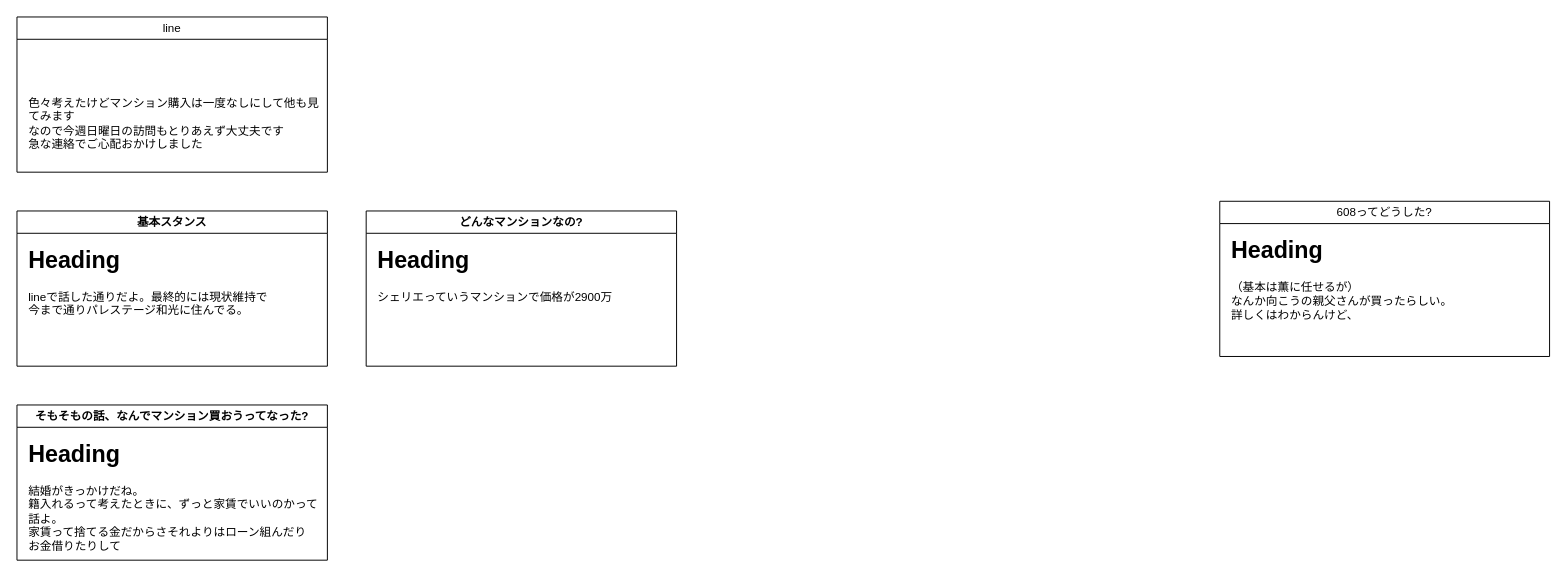
minegishirei/psy keeps this draw.io diagram as page "0503" (1 of 4) of draw.io/psy_case.drawio. Above is the earlier version. Source tidied: cells renumbered, new cells numbered last; positions are measured from the earlier drawing's top-left corner, leaving out a move shared by most shapes. Both pictures are drawn from the tidied source at 97%, with x=0, y=0 at pixel (16, 16).
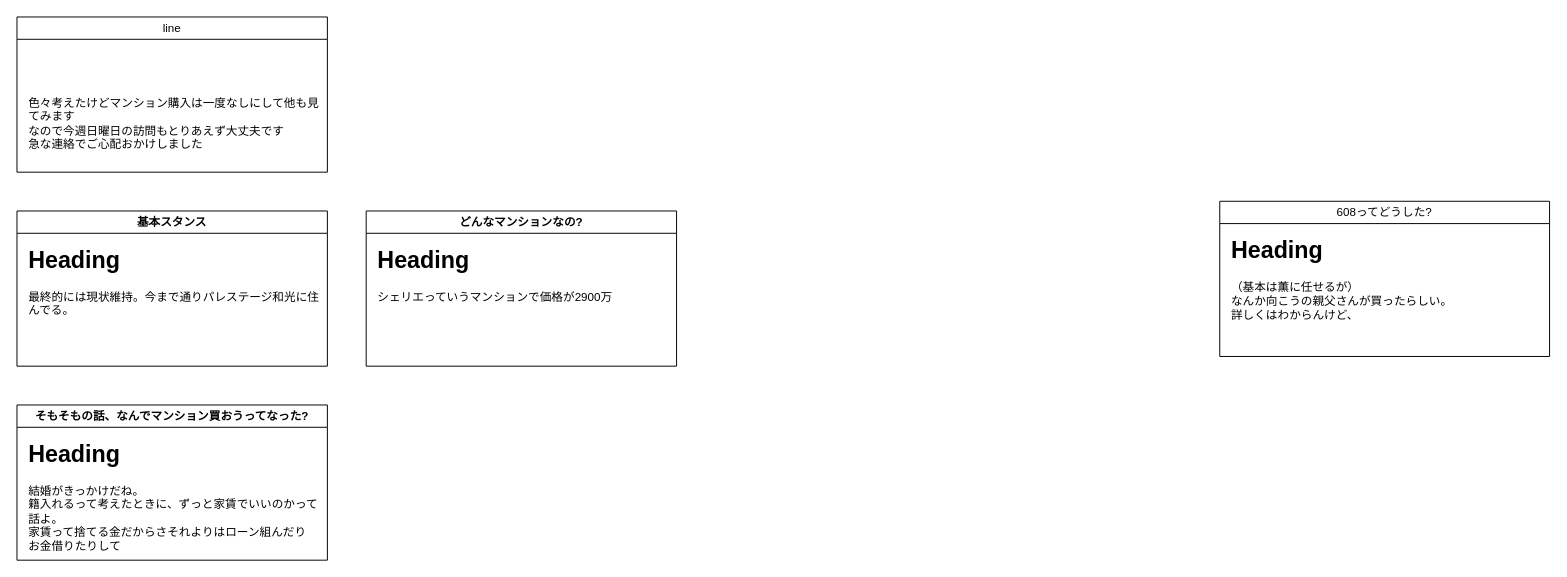
The same page after the edit.

Commit message (it also covers changes not shown here):
psy_case.drawio を更新します

Change to the diagram source:
```diff
@@
 <mxGraphModel>
   <root>
     <mxCell id="0" />
     <mxCell id="1" parent="0" />
     <mxCell id="2" value="基本スタンス" style="swimlane;whiteSpace=wrap;html=1;" parent="1" vertex="1">
       <mxGeometry y="200" width="320" height="160" as="geometry" />
     </mxCell>
-    <mxCell id="3" value="&lt;h1 style=&quot;margin-top: 0px;&quot;&gt;Heading&lt;/h1&gt;&lt;div&gt;lineで話した通りだよ。最終的には現状維持で&lt;/div&gt;&lt;div&gt;今まで通りパレステージ和光に住んでる。&lt;/div&gt;&lt;div&gt;&lt;br&gt;&lt;/div&gt;" style="text;html=1;whiteSpace=wrap;overflow=hidden;rounded=0;" parent="2" vertex="1">
+    <mxCell id="3" value="&lt;h1 style=&quot;margin-top: 0px;&quot;&gt;Heading&lt;/h1&gt;&lt;div&gt;最終的には現状維持。&lt;span style=&quot;background-color: initial;&quot;&gt;今まで通りパレステージ和光に住んでる。&lt;/span&gt;&lt;/div&gt;&lt;div&gt;&lt;br&gt;&lt;/div&gt;" style="text;html=1;whiteSpace=wrap;overflow=hidden;rounded=0;" parent="2" vertex="1">
       <mxGeometry x="10" y="30" width="310" height="120" as="geometry" />
     </mxCell>
     <mxCell id="4" value="&lt;span style=&quot;font-weight: 400; text-align: left;&quot;&gt;608ってどうした?&lt;/span&gt;" style="swimlane;whiteSpace=wrap;html=1;" parent="1" vertex="1">
       <mxGeometry x="1240" y="190" width="340" height="160" as="geometry" />
     </mxCell>
     <mxCell id="5" value="&lt;h1 style=&quot;margin-top: 0px;&quot;&gt;Heading&lt;/h1&gt;&lt;div&gt;（基本は薫に任せるが）&lt;/div&gt;&lt;div&gt;なんか向こうの親父さんが買ったらしい。&lt;/div&gt;&lt;div&gt;詳しくはわからんけど、&lt;/div&gt;" style="text;html=1;whiteSpace=wrap;overflow=hidden;rounded=0;" parent="4" vertex="1">
       <mxGeometry x="10" y="30" width="310" height="120" as="geometry" />
     </mxCell>
     <mxCell id="6" value="&lt;span style=&quot;font-weight: 400; text-align: left;&quot;&gt;line&lt;/span&gt;" style="swimlane;whiteSpace=wrap;html=1;" parent="1" vertex="1">
       <mxGeometry width="320" height="160" as="geometry" />
     </mxCell>
     <mxCell id="7" value="&lt;h1 style=&quot;margin-top: 0px;&quot;&gt;&lt;br&gt;&lt;/h1&gt;&lt;div&gt;&lt;div&gt;色々考えたけどマンション購入は一度なしにして他も見てみます&lt;/div&gt;&lt;div&gt;なので今週日曜日の訪問もとりあえず大丈夫です&lt;/div&gt;&lt;div&gt;急な連絡でご心配おかけしました&lt;/div&gt;&lt;/div&gt;" style="text;html=1;whiteSpace=wrap;overflow=hidden;rounded=0;" parent="6" vertex="1">
       <mxGeometry x="10" y="30" width="310" height="120" as="geometry" />
     </mxCell>
     <mxCell id="8" value="そもそもの話、なんでマンション買おうってなった?" style="swimlane;whiteSpace=wrap;html=1;" parent="1" vertex="1">
       <mxGeometry y="400" width="320" height="160" as="geometry" />
     </mxCell>
     <mxCell id="9" value="&lt;h1 style=&quot;margin-top: 0px;&quot;&gt;Heading&lt;/h1&gt;&lt;div&gt;&lt;span style=&quot;background-color: initial;&quot;&gt;結婚がきっかけだね。&lt;/span&gt;&lt;/div&gt;&lt;div&gt;&lt;span style=&quot;background-color: initial;&quot;&gt;籍入れるって考えたときに、ずっと家賃でいいのかって話よ。&lt;/span&gt;&lt;br&gt;&lt;/div&gt;&lt;div&gt;家賃って捨てる金だからさそれよりはローン組んだり&lt;/div&gt;&lt;div&gt;お金借りたりして&lt;/div&gt;" style="text;html=1;whiteSpace=wrap;overflow=hidden;rounded=0;" parent="8" vertex="1">
       <mxGeometry x="10" y="30" width="310" height="120" as="geometry" />
     </mxCell>
     <mxCell id="10" value="どんなマンションなの?" style="swimlane;whiteSpace=wrap;html=1;" parent="1" vertex="1">
       <mxGeometry x="360" y="200" width="320" height="160" as="geometry" />
     </mxCell>
     <mxCell id="11" value="&lt;h1 style=&quot;margin-top: 0px;&quot;&gt;Heading&lt;/h1&gt;&lt;div&gt;シェリエっていうマンションで価格が2900万&lt;/div&gt;&lt;div&gt;&lt;br&gt;&lt;/div&gt;" style="text;html=1;whiteSpace=wrap;overflow=hidden;rounded=0;" parent="10" vertex="1">
       <mxGeometry x="10" y="30" width="310" height="120" as="geometry" />
     </mxCell>
   </root>
 </mxGraphModel>
```
